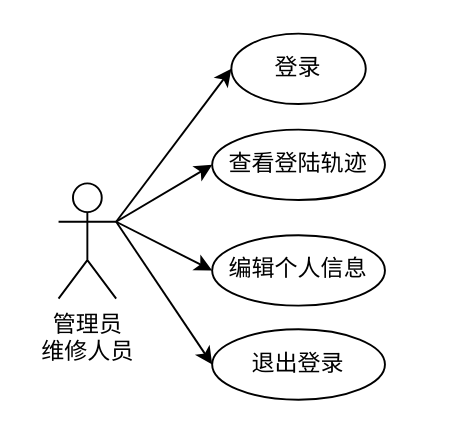
mochaDMQ/myPicture keeps this draw.io diagram as 管理员-账号管理.drawio. Above is the earlier version. Source tidied: cells renumbered, new cells numbered last; positions are measured from the earlier drawing's top-left corner, leaving out a move shared by most shapes. Both pictures are drawn from the tidied source at 192%, with x=0, y=0 at pixel (58, 33).
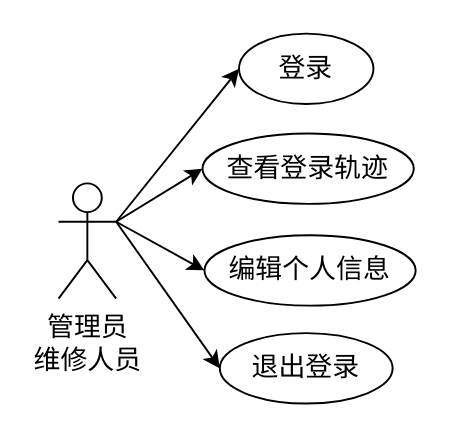
Above is the later version.

Commit message:
更新管理员-账号管理.drawio

Diff of the diagram source:
```diff
@@
 <mxGraphModel>
   <root>
     <mxCell id="0" />
     <mxCell id="1" parent="0" />
-    <mxCell id="2" style="rounded=0;jettySize=auto;html=1;exitX=1;exitY=0.3333333333333333;exitDx=0;exitDy=0;exitPerimeter=0;entryX=0;entryY=0.5;entryDx=0;entryDy=0;" parent="1" edge="1" source="6" target="8">
+    <mxCell id="2" style="rounded=0;jettySize=auto;html=1;exitX=1;exitY=0.3333333333333333;exitDx=0;exitDy=0;exitPerimeter=0;entryX=0;entryY=0.5;entryDx=0;entryDy=0;fontFamily=宋体;fontSize=14;" parent="1" edge="1" source="6" target="8">
       <mxGeometry relative="1" as="geometry" />
     </mxCell>
-    <mxCell id="3" style="rounded=0;jettySize=auto;html=1;exitX=1;exitY=0.3333333333333333;exitDx=0;exitDy=0;exitPerimeter=0;entryX=0;entryY=0.5;entryDx=0;entryDy=0;" parent="1" edge="1" source="6" target="10">
+    <mxCell id="3" style="rounded=0;jettySize=auto;html=1;exitX=1;exitY=0.3333333333333333;exitDx=0;exitDy=0;exitPerimeter=0;entryX=0;entryY=0.5;entryDx=0;entryDy=0;fontFamily=宋体;fontSize=14;" parent="1" edge="1" source="6" target="10">
       <mxGeometry relative="1" as="geometry" />
     </mxCell>
-    <mxCell id="4" style="edgeStyle=none;rounded=0;jettySize=auto;html=1;exitX=1;exitY=0.3333333333333333;exitDx=0;exitDy=0;exitPerimeter=0;entryX=0;entryY=0.5;entryDx=0;entryDy=0;" parent="1" edge="1" source="6" target="7">
+    <mxCell id="4" style="edgeStyle=none;rounded=0;jettySize=auto;html=1;exitX=1;exitY=0.3333333333333333;exitDx=0;exitDy=0;exitPerimeter=0;entryX=0;entryY=0.5;entryDx=0;entryDy=0;fontFamily=宋体;fontSize=14;" parent="1" edge="1" source="6" target="7">
       <mxGeometry relative="1" as="geometry" />
     </mxCell>
-    <mxCell id="5" style="edgeStyle=none;rounded=0;jettySize=auto;html=1;exitX=1;exitY=0.3333333333333333;exitDx=0;exitDy=0;exitPerimeter=0;entryX=0;entryY=0.5;entryDx=0;entryDy=0;" parent="1" edge="1" source="6" target="9">
+    <mxCell id="5" style="edgeStyle=none;rounded=0;jettySize=auto;html=1;exitX=1;exitY=0.3333333333333333;exitDx=0;exitDy=0;exitPerimeter=0;entryX=0;entryY=0.5;entryDx=0;entryDy=0;fontFamily=宋体;fontSize=14;" parent="1" edge="1" source="6" target="9">
       <mxGeometry relative="1" as="geometry" />
     </mxCell>
-    <mxCell id="6" value="管理员&lt;div&gt;维修人员&lt;/div&gt;" style="shape=umlActor;verticalLabelPosition=bottom;verticalAlign=top;html=1;outlineConnect=0;" parent="1" vertex="1">
+    <mxCell id="6" value="管理员&lt;div&gt;维修人员&lt;/div&gt;" style="shape=umlActor;verticalLabelPosition=bottom;verticalAlign=top;html=1;outlineConnect=0;fontFamily=宋体;fontSize=14;" parent="1" vertex="1">
       <mxGeometry y="78" width="30" height="60" as="geometry" />
     </mxCell>
-    <mxCell id="7" value="编辑个人信息" style="ellipse;whiteSpace=wrap;html=1;" parent="1" vertex="1">
-      <mxGeometry x="80" y="105" width="90" height="36.7" as="geometry" />
+    <mxCell id="7" value="编辑个人信息" style="ellipse;whiteSpace=wrap;html=1;fontFamily=宋体;fontSize=14;" parent="1" vertex="1">
+      <mxGeometry x="76" y="105" width="110" height="36.7" as="geometry" />
     </mxCell>
-    <mxCell id="8" value="登录" style="ellipse;whiteSpace=wrap;html=1;" parent="1" vertex="1">
-      <mxGeometry x="90" width="70" height="36.7" as="geometry" />
+    <mxCell id="8" value="登录" style="ellipse;whiteSpace=wrap;html=1;fontFamily=宋体;fontSize=14;" parent="1" vertex="1">
+      <mxGeometry x="94" width="70" height="36.7" as="geometry" />
     </mxCell>
-    <mxCell id="9" value="退出登录" style="ellipse;whiteSpace=wrap;html=1;" parent="1" vertex="1">
-      <mxGeometry x="80" y="154" width="90" height="36.7" as="geometry" />
+    <mxCell id="9" value="退出登录" style="ellipse;whiteSpace=wrap;html=1;fontFamily=宋体;fontSize=14;" parent="1" vertex="1">
+      <mxGeometry x="84" y="156" width="90" height="36.7" as="geometry" />
     </mxCell>
-    <mxCell id="10" value="查看登陆轨迹" style="ellipse;whiteSpace=wrap;html=1;" parent="1" vertex="1">
-      <mxGeometry x="80" y="50" width="90" height="36.7" as="geometry" />
+    <mxCell id="10" value="查看登录轨迹" style="ellipse;whiteSpace=wrap;html=1;fontFamily=宋体;fontSize=14;" parent="1" vertex="1">
+      <mxGeometry x="75" y="52" width="110" height="36.7" as="geometry" />
     </mxCell>
   </root>
 </mxGraphModel>
```
